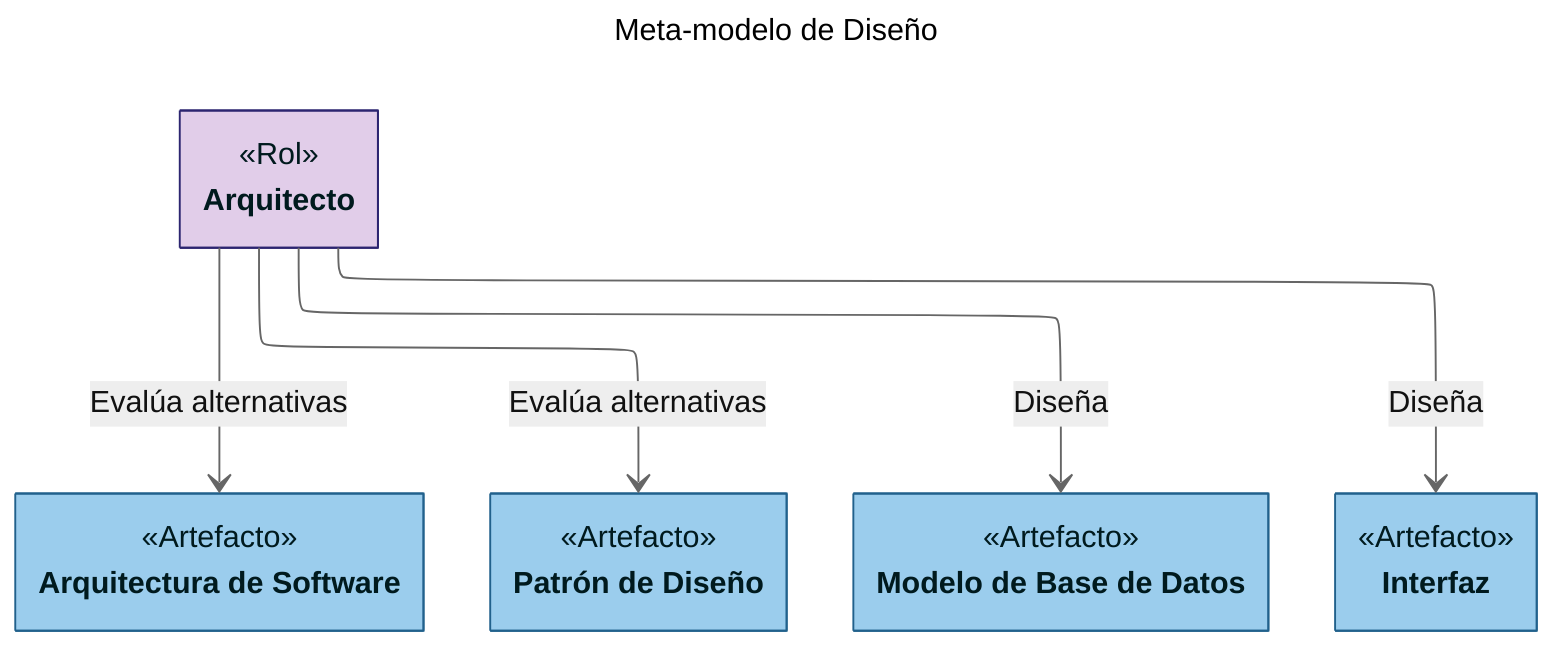
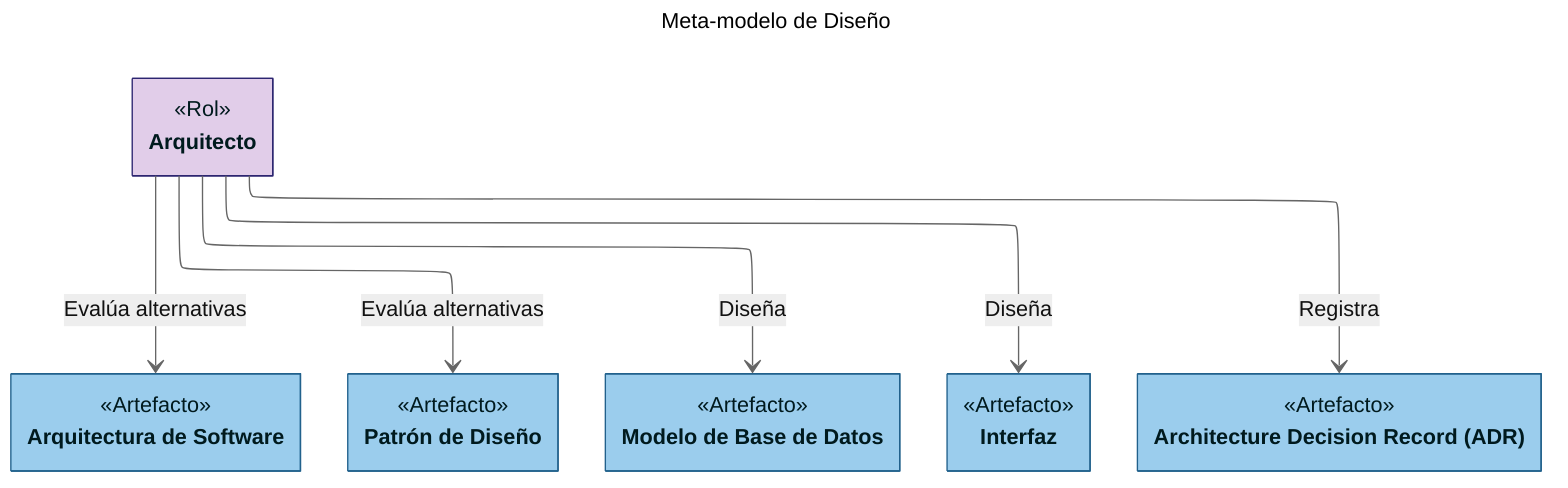
---
title: Meta-modelo de Diseño
config:
    layout: elk
    class:
        hideEmptyMembersBox: true
    theme: neutral
---

classDiagram
class Arquitecto["Arquitecto"]:::rol {
    <<Rol>>
}

class ArquitecturaSoftware["Arquitectura de Software"]:::artefacto {
    <<Artefacto>>
}

class PatronesDisenio["Patrón de Diseño"]:::artefacto {
    <<Artefacto>>
}

class BaseDatos["Modelo de Base de Datos"]:::artefacto {
    <<Artefacto>>
}

class Interfaz["Interfaz"]:::artefacto {
    <<Artefacto>>
}

+ class ADR["Architecture Decision Record (ADR)"]:::artefacto {
+     <<Artefacto>>
+ }
+ 
%% === RELACIONES ===

Arquitecto --> ArquitecturaSoftware : Evalúa alternativas
Arquitecto --> PatronesDisenio : Evalúa alternativas
- Arquitecto --> BaseDatos               : Diseña
- Arquitecto --> Interfaz          : Diseña
+ Arquitecto --> BaseDatos : Diseña
+ Arquitecto --> Interfaz : Diseña
+ Arquitecto --> ADR : Registra

classDef proceso fill:#D6DBDF,stroke:#48515B,color:#1F2328
classDef fase fill:#A2D9CE,stroke:#0E6655,color:#1a0033
classDef disciplina fill:#F9E79F,stroke:#C5A00D,color:#1a0f00
classDef evento fill:#E7A274,stroke:#D96E26,color:#1a1400
classDef rol fill:#E1CDE9,stroke:#2c2570,color:#001a1e
classDef artefacto fill: #9BCDED,stroke:#21618C,color:#001a1e